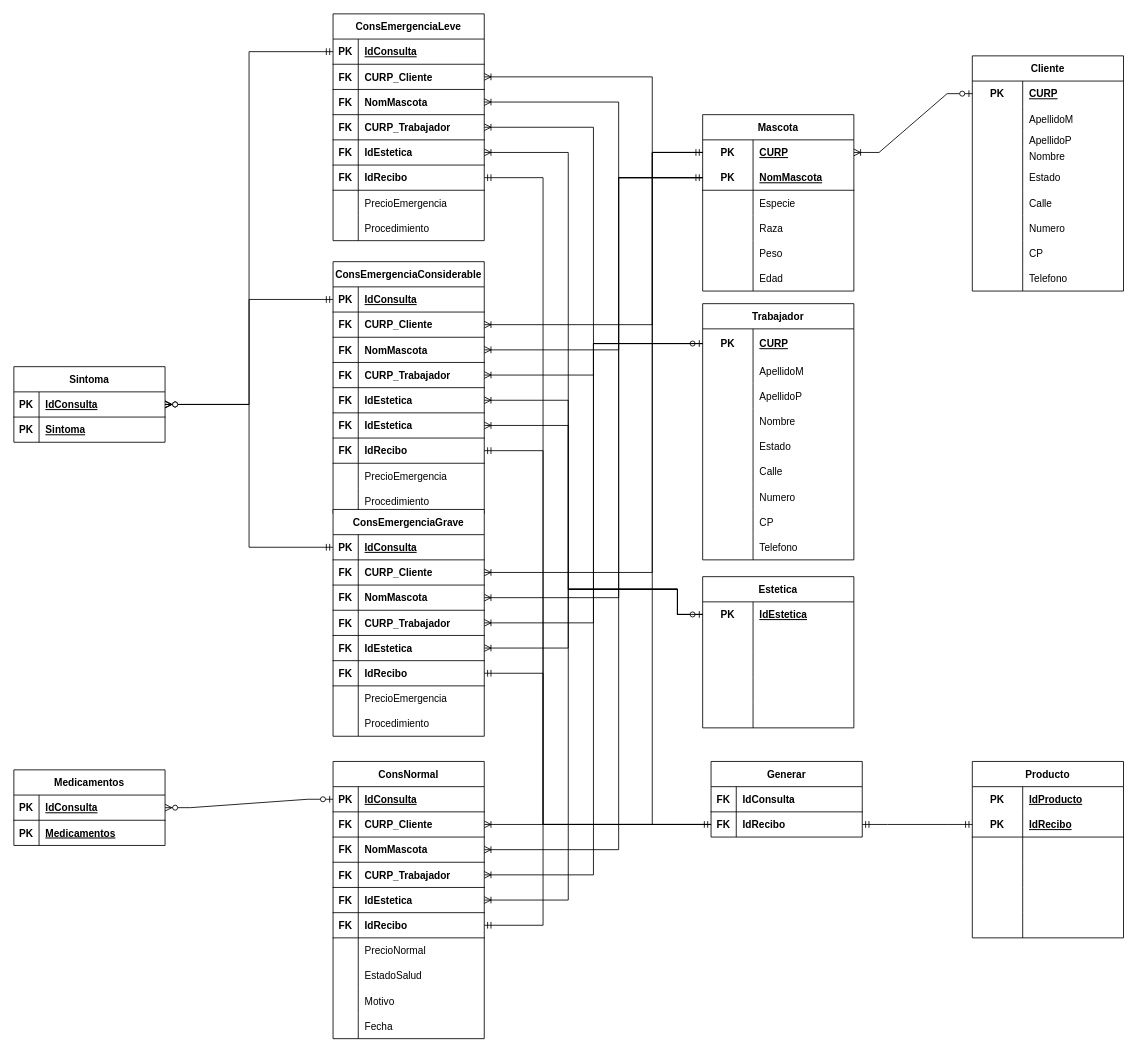
This is RelacionalAlfa.drawio from FBD-Alfa/Practica05, a draw.io file, before an edit. Source tidied: cells renumbered, new cells numbered last; positions are measured from the earlier drawing's top-left corner, leaving out a move shared by most shapes. Both pictures are drawn from the tidied source at 84%, with x=0, y=0 at pixel (13, 13).
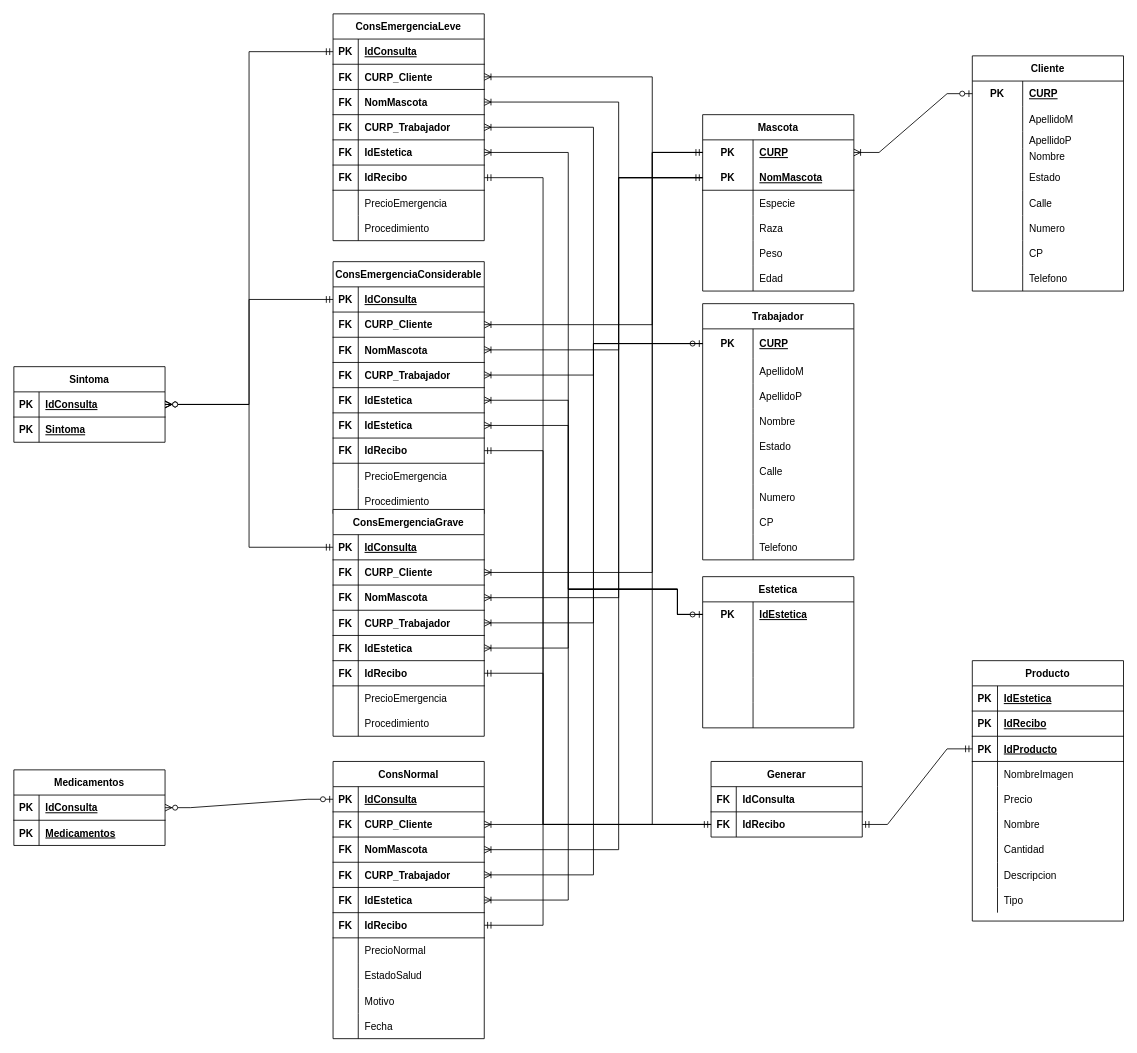
Above is the later version.

The change refers to these unchanged cells:
```xml
<mxCell id="239" style="shape=tableRow;horizontal=0;startSize=0;swimlaneHead=0;swimlaneBody=0;fillColor=none;points=[[0,0.5],[1,0.5]];portConstraint=eastwest;top=0;left=0;right=0;bottom=0;" parent="235" vertex="1">
  <mxGeometry y="60" width="180" height="30" as="geometry" />
</mxCell>
```

Diff of the diagram source:
```diff
@@
-    <mxCell id="216" value="Producto" style="shape=table;startSize=30;childLayout=tableLayout;rowLines=0;fontStyle=1;align=center;" parent="1" vertex="1">
-      <mxGeometry x="1141" y="890" width="180" height="210" as="geometry" />
-    </mxCell>
-    <mxCell id="217" style="shape=tableRow;horizontal=0;startSize=0;swimlaneHead=0;swimlaneBody=0;fillColor=none;top=0;left=0;right=0;bottom=0;" parent="216" vertex="1">
-      <mxGeometry y="30" width="180" height="30" as="geometry" />
-    </mxCell>
-    <mxCell id="218" value="PK" style="shape=partialRectangle;fillColor=none;top=0;left=0;bottom=0;right=0;fontStyle=1;overflow=hidden;" parent="217" vertex="1">
-      <mxGeometry width="60" height="30" as="geometry" />
-    </mxCell>
-    <mxCell id="219" value="IdProducto" style="shape=partialRectangle;fillColor=none;top=0;left=0;bottom=0;right=0;align=left;spacingLeft=6;fontStyle=5;overflow=hidden;" parent="217" vertex="1">
-      <mxGeometry x="60" width="120" height="30" as="geometry" />
-    </mxCell>
-    <mxCell id="220" style="shape=tableRow;horizontal=0;startSize=0;swimlaneHead=0;swimlaneBody=0;fillColor=none;points=[[0,0.5],[1,0.5]];portConstraint=eastwest;top=0;left=0;right=0;bottom=1;" parent="216" vertex="1">
-      <mxGeometry y="60" width="180" height="30" as="geometry" />
-    </mxCell>
-    <mxCell id="221" value="PK" style="shape=partialRectangle;fillColor=none;top=0;left=0;bottom=0;right=0;fontStyle=1;overflow=hidden;" parent="220" vertex="1">
-      <mxGeometry width="60" height="30" as="geometry" />
-    </mxCell>
-    <mxCell id="222" value="IdRecibo" style="shape=partialRectangle;fillColor=none;top=0;left=0;bottom=0;right=0;align=left;spacingLeft=6;fontStyle=5;overflow=hidden;" parent="220" vertex="1">
-      <mxGeometry x="60" width="120" height="30" as="geometry" />
-    </mxCell>
-    <mxCell id="223" style="shape=tableRow;horizontal=0;startSize=0;swimlaneHead=0;swimlaneBody=0;fillColor=none;top=0;left=0;right=0;bottom=0;" parent="216" vertex="1">
-      <mxGeometry y="90" width="180" height="30" as="geometry" />
-    </mxCell>
-    <mxCell id="224" style="shape=partialRectangle;fillColor=none;top=0;left=0;bottom=0;right=0;overflow=hidden;" parent="223" vertex="1">
-      <mxGeometry width="60" height="30" as="geometry" />
-    </mxCell>
-    <mxCell id="225" style="shape=partialRectangle;fillColor=none;top=0;left=0;bottom=0;right=0;align=left;spacingLeft=6;overflow=hidden;" parent="223" vertex="1">
-      <mxGeometry x="60" width="120" height="30" as="geometry" />
-    </mxCell>
-    <mxCell id="226" style="shape=tableRow;horizontal=0;startSize=0;swimlaneHead=0;swimlaneBody=0;fillColor=none;top=0;left=0;right=0;bottom=0;" parent="216" vertex="1">
-      <mxGeometry y="120" width="180" height="30" as="geometry" />
-    </mxCell>
-    <mxCell id="227" style="shape=partialRectangle;fillColor=none;top=0;left=0;bottom=0;right=0;overflow=hidden;" parent="226" vertex="1">
-      <mxGeometry width="60" height="30" as="geometry" />
-    </mxCell>
-    <mxCell id="228" style="shape=partialRectangle;fillColor=none;top=0;left=0;bottom=0;right=0;align=left;spacingLeft=6;overflow=hidden;" parent="226" vertex="1">
-      <mxGeometry x="60" width="120" height="30" as="geometry" />
-    </mxCell>
-    <mxCell id="229" style="shape=tableRow;horizontal=0;startSize=0;swimlaneHead=0;swimlaneBody=0;fillColor=none;top=0;left=0;right=0;bottom=0;" parent="216" vertex="1">
-      <mxGeometry y="150" width="180" height="30" as="geometry" />
-    </mxCell>
-    <mxCell id="230" style="shape=partialRectangle;fillColor=none;top=0;left=0;bottom=0;right=0;overflow=hidden;" parent="229" vertex="1">
-      <mxGeometry width="60" height="30" as="geometry" />
-    </mxCell>
-    <mxCell id="231" style="shape=partialRectangle;fillColor=none;top=0;left=0;bottom=0;right=0;align=left;spacingLeft=6;overflow=hidden;" parent="229" vertex="1">
-      <mxGeometry x="60" width="120" height="30" as="geometry" />
-    </mxCell>
-    <mxCell id="232" style="shape=tableRow;horizontal=0;startSize=0;swimlaneHead=0;swimlaneBody=0;fillColor=none;top=0;left=0;right=0;bottom=0;" parent="216" vertex="1">
-      <mxGeometry y="180" width="180" height="30" as="geometry" />
-    </mxCell>
-    <mxCell id="233" style="shape=partialRectangle;fillColor=none;top=0;left=0;bottom=0;right=0;overflow=hidden;" parent="232" vertex="1">
-      <mxGeometry width="60" height="30" as="geometry" />
-    </mxCell>
-    <mxCell id="234" style="shape=partialRectangle;fillColor=none;top=0;left=0;bottom=0;right=0;align=left;spacingLeft=6;overflow=hidden;" parent="232" vertex="1">
-      <mxGeometry x="60" width="120" height="30" as="geometry" />
-    </mxCell>
@@
-    <mxCell id="264" style="edgeStyle=entityRelationEdgeStyle;fontSize=12;html=1;endArrow=ERmandOne;startArrow=ERmandOne;rounded=0;entryX=0;entryY=0.5;entryDx=0;entryDy=0;exitX=1;exitY=0.5;exitDx=0;exitDy=0;" parent="1" edge="1" source="239" target="220">
+    <mxCell id="264" style="edgeStyle=entityRelationEdgeStyle;fontSize=12;html=1;endArrow=ERmandOne;startArrow=ERmandOne;rounded=0;entryX=0;entryY=0.5;entryDx=0;entryDy=0;exitX=1;exitY=0.5;exitDx=0;exitDy=0;" parent="1" edge="1" source="239" target="273">
       <mxGeometry relative="1" as="geometry" />
     </mxCell>
@@
+    <mxCell id="216" value="Producto" style="shape=table;startSize=30;childLayout=tableLayout;rowLines=0;fontStyle=1;align=center;" parent="1" vertex="1">
+      <mxGeometry x="1141" y="770" width="180" height="310" as="geometry" />
+    </mxCell>
+    <mxCell id="269" style="shape=tableRow;horizontal=0;startSize=0;swimlaneHead=0;swimlaneBody=0;fillColor=none;top=0;left=0;right=0;bottom=1;" parent="216" vertex="1">
+      <mxGeometry y="30" width="180" height="30" as="geometry" />
+    </mxCell>
+    <mxCell id="270" value="PK" style="shape=partialRectangle;fillColor=none;top=0;left=0;bottom=0;right=0;fontStyle=1;overflow=hidden;" parent="269" vertex="1">
+      <mxGeometry width="30" height="30" as="geometry" />
+    </mxCell>
+    <mxCell id="271" value="IdEstetica" style="shape=partialRectangle;fillColor=none;top=0;left=0;bottom=0;right=0;align=left;spacingLeft=6;fontStyle=5;overflow=hidden;" parent="269" vertex="1">
+      <mxGeometry x="30" width="150" height="30" as="geometry" />
+    </mxCell>
+    <mxCell id="220" style="shape=tableRow;horizontal=0;startSize=0;swimlaneHead=0;swimlaneBody=0;fillColor=none;points=[[0,0.5],[1,0.5]];portConstraint=eastwest;top=0;left=0;right=0;bottom=1;" parent="216" vertex="1">
+      <mxGeometry y="60" width="180" height="30" as="geometry" />
+    </mxCell>
+    <mxCell id="272" value="PK" style="shape=partialRectangle;fillColor=none;top=0;left=0;bottom=0;right=0;fontStyle=1;overflow=hidden;" parent="220" vertex="1">
+      <mxGeometry width="30" height="30" as="geometry" />
+    </mxCell>
+    <mxCell id="222" value="IdRecibo" style="shape=partialRectangle;fillColor=none;top=0;left=0;bottom=0;right=0;align=left;spacingLeft=6;fontStyle=5;overflow=hidden;" parent="220" vertex="1">
+      <mxGeometry x="30" width="150" height="30" as="geometry" />
+    </mxCell>
+    <mxCell id="273" style="shape=tableRow;horizontal=0;startSize=0;swimlaneHead=0;swimlaneBody=0;fillColor=none;points=[[0,0.5],[1,0.5]];portConstraint=eastwest;top=0;left=0;right=0;bottom=1;" parent="216" vertex="1">
+      <mxGeometry y="90" width="180" height="30" as="geometry" />
+    </mxCell>
+    <mxCell id="274" value="PK" style="shape=partialRectangle;fillColor=none;top=0;left=0;bottom=0;right=0;fontStyle=1;overflow=hidden;" parent="273" vertex="1">
+      <mxGeometry width="30" height="30" as="geometry" />
+    </mxCell>
+    <mxCell id="219" value="IdProducto" style="shape=partialRectangle;fillColor=none;top=0;left=0;bottom=0;right=0;align=left;spacingLeft=6;fontStyle=5;overflow=hidden;" parent="273" vertex="1">
+      <mxGeometry x="30" width="150" height="30" as="geometry" />
+    </mxCell>
+    <mxCell id="226" style="shape=tableRow;horizontal=0;startSize=0;swimlaneHead=0;swimlaneBody=0;fillColor=none;top=0;left=0;right=0;bottom=0;" parent="216" vertex="1">
+      <mxGeometry y="120" width="180" height="30" as="geometry" />
+    </mxCell>
+    <mxCell id="275" style="shape=partialRectangle;fillColor=none;top=0;left=0;bottom=0;right=0;overflow=hidden;" parent="226" vertex="1">
+      <mxGeometry width="30" height="30" as="geometry" />
+    </mxCell>
+    <mxCell id="276" value="NombreImagen" style="shape=partialRectangle;fillColor=none;top=0;left=0;bottom=0;right=0;align=left;spacingLeft=6;overflow=hidden;" parent="226" vertex="1">
+      <mxGeometry x="30" width="150" height="30" as="geometry" />
+    </mxCell>
+    <mxCell id="229" style="shape=tableRow;horizontal=0;startSize=0;swimlaneHead=0;swimlaneBody=0;fillColor=none;top=0;left=0;right=0;bottom=0;" parent="216" vertex="1">
+      <mxGeometry y="150" width="180" height="30" as="geometry" />
+    </mxCell>
+    <mxCell id="277" style="shape=partialRectangle;fillColor=none;top=0;left=0;bottom=0;right=0;overflow=hidden;" parent="229" vertex="1">
+      <mxGeometry width="30" height="30" as="geometry" />
+    </mxCell>
+    <mxCell id="278" value="Precio" style="shape=partialRectangle;fillColor=none;top=0;left=0;bottom=0;right=0;align=left;spacingLeft=6;overflow=hidden;" parent="229" vertex="1">
+      <mxGeometry x="30" width="150" height="30" as="geometry" />
+    </mxCell>
+    <mxCell id="232" style="shape=tableRow;horizontal=0;startSize=0;swimlaneHead=0;swimlaneBody=0;fillColor=none;top=0;left=0;right=0;bottom=0;" parent="216" vertex="1">
+      <mxGeometry y="180" width="180" height="30" as="geometry" />
+    </mxCell>
+    <mxCell id="279" style="shape=partialRectangle;fillColor=none;top=0;left=0;bottom=0;right=0;overflow=hidden;" parent="232" vertex="1">
+      <mxGeometry width="30" height="30" as="geometry" />
+    </mxCell>
+    <mxCell id="280" value="Nombre" style="shape=partialRectangle;fillColor=none;top=0;left=0;bottom=0;right=0;align=left;spacingLeft=6;overflow=hidden;" parent="232" vertex="1">
+      <mxGeometry x="30" width="150" height="30" as="geometry" />
+    </mxCell>
+    <mxCell id="281" style="shape=tableRow;horizontal=0;startSize=0;swimlaneHead=0;swimlaneBody=0;fillColor=none;top=0;left=0;right=0;bottom=0;" parent="216" vertex="1">
+      <mxGeometry y="210" width="180" height="30" as="geometry" />
+    </mxCell>
+    <mxCell id="282" style="shape=partialRectangle;fillColor=none;top=0;left=0;bottom=0;right=0;overflow=hidden;" parent="281" vertex="1">
+      <mxGeometry width="30" height="30" as="geometry" />
+    </mxCell>
+    <mxCell id="283" value="Cantidad" style="shape=partialRectangle;fillColor=none;top=0;left=0;bottom=0;right=0;align=left;spacingLeft=6;overflow=hidden;" parent="281" vertex="1">
+      <mxGeometry x="30" width="150" height="30" as="geometry" />
+    </mxCell>
+    <mxCell id="284" style="shape=tableRow;horizontal=0;startSize=0;swimlaneHead=0;swimlaneBody=0;fillColor=none;top=0;left=0;right=0;bottom=0;" parent="216" vertex="1">
+      <mxGeometry y="240" width="180" height="30" as="geometry" />
+    </mxCell>
+    <mxCell id="285" style="shape=partialRectangle;fillColor=none;top=0;left=0;bottom=0;right=0;overflow=hidden;" parent="284" vertex="1">
+      <mxGeometry width="30" height="30" as="geometry" />
+    </mxCell>
+    <mxCell id="286" value="Descripcion" style="shape=partialRectangle;fillColor=none;top=0;left=0;bottom=0;right=0;align=left;spacingLeft=6;overflow=hidden;" parent="284" vertex="1">
+      <mxGeometry x="30" width="150" height="30" as="geometry" />
+    </mxCell>
+    <mxCell id="287" style="shape=tableRow;horizontal=0;startSize=0;swimlaneHead=0;swimlaneBody=0;fillColor=none;top=0;left=0;right=0;bottom=0;" parent="216" vertex="1">
+      <mxGeometry y="270" width="180" height="30" as="geometry" />
+    </mxCell>
+    <mxCell id="288" style="shape=partialRectangle;fillColor=none;top=0;left=0;bottom=0;right=0;overflow=hidden;" parent="287" vertex="1">
+      <mxGeometry width="30" height="30" as="geometry" />
+    </mxCell>
+    <mxCell id="289" value="Tipo" style="shape=partialRectangle;fillColor=none;top=0;left=0;bottom=0;right=0;align=left;spacingLeft=6;overflow=hidden;" parent="287" vertex="1">
+      <mxGeometry x="30" width="150" height="30" as="geometry" />
+    </mxCell>
```
